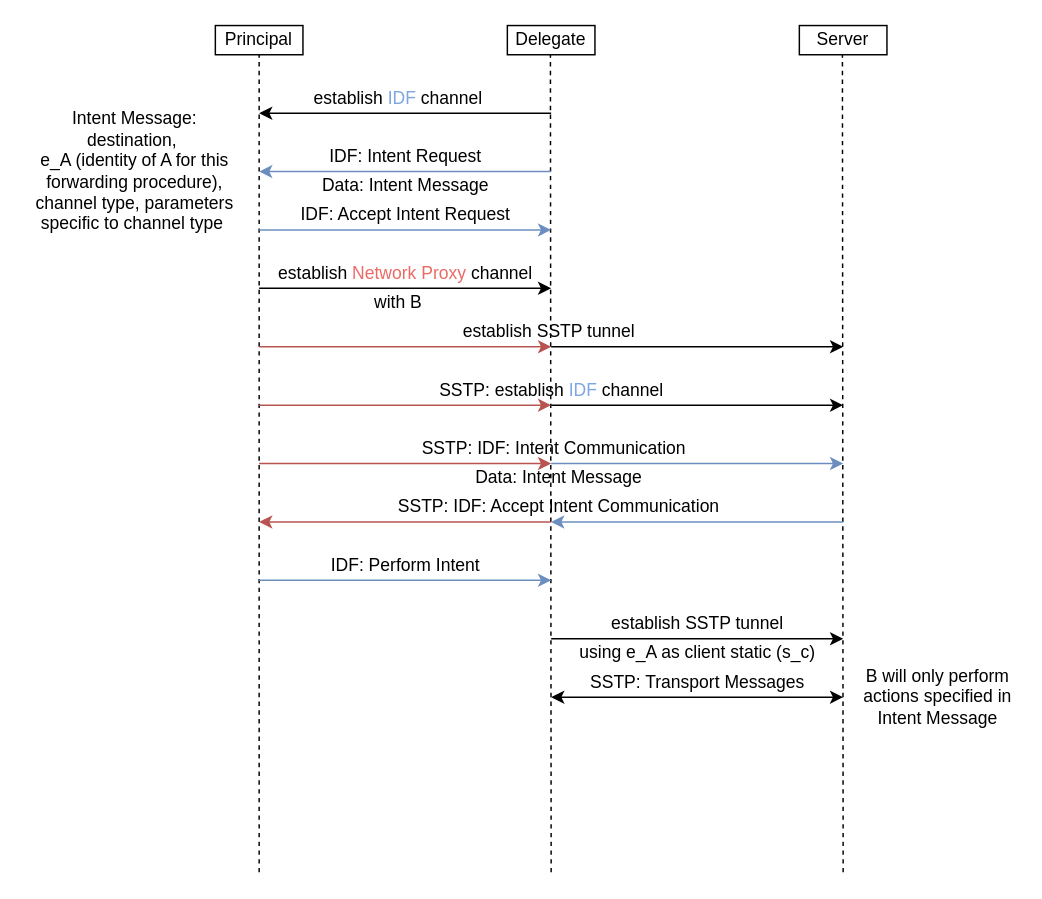
Above: paper/figures/identify_forwarding.drawio in hop-proto/hop-go (draw.io), before the change. Source tidied: cells renumbered, new cells numbered last; positions are measured from the earlier drawing's top-left corner, leaving out a move shared by most shapes. Both pictures are drawn from the tidied source at 146%, with x=0, y=0 at pixel (25, 25).
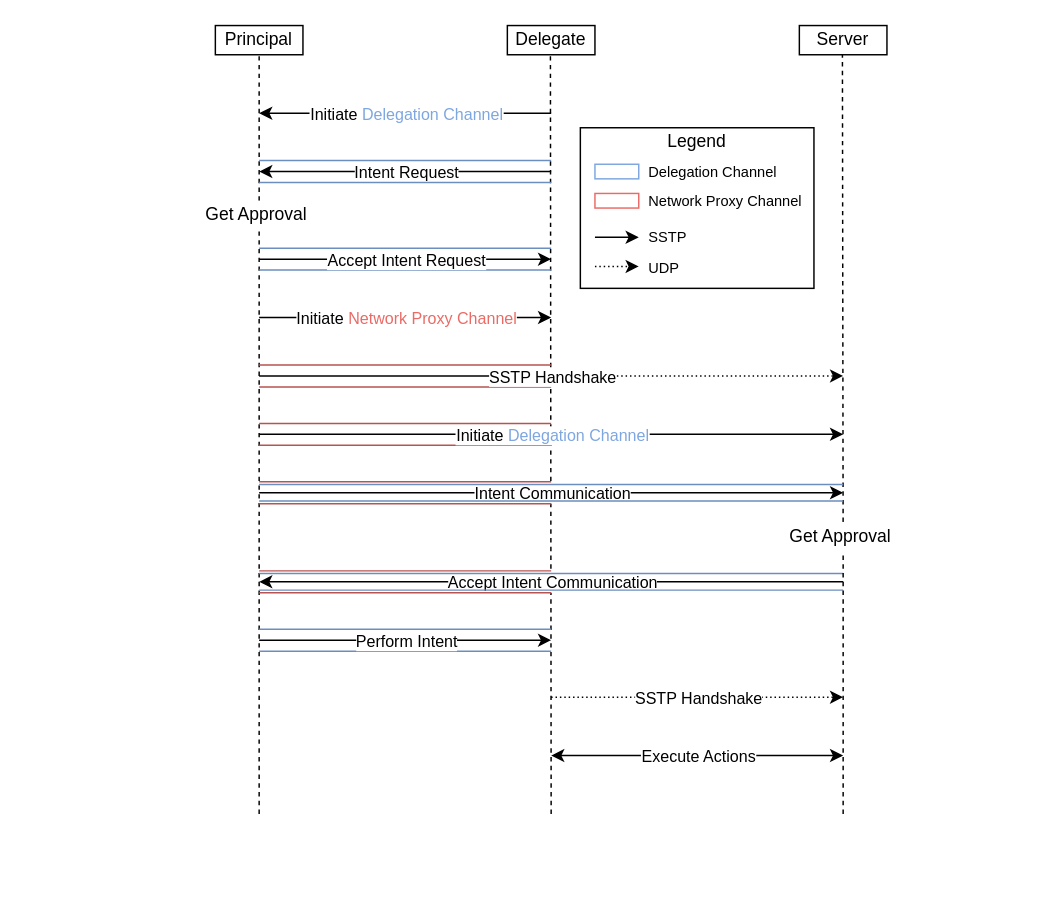
The same page after the edit.

Commit message (it also covers changes not shown here):
delegation protocol diagram

What changed in the source:
```diff
@@
+    <mxCell id="40" style="rounded=0;whiteSpace=wrap;html=1;labelBackgroundColor=#FFFFFF;align=left;" parent="1" vertex="1">
+      <mxGeometry x="380" y="70" width="160" height="110" as="geometry" />
+    </mxCell>
+    <mxCell id="41" style="endArrow=classic;html=1;dashed=1;dashPattern=1 2;" parent="1" edge="1">
+      <mxGeometry relative="1" as="geometry">
+        <mxPoint x="360" y="240" as="sourcePoint" />
+        <mxPoint x="560" y="240" as="targetPoint" />
+      </mxGeometry>
+    </mxCell>
@@
     <mxCell id="5" style="endArrow=none;dashed=1;html=1;" parent="1" edge="1">
       <mxGeometry relative="1" as="geometry">
-        <mxPoint x="160" y="580" as="sourcePoint" />
+        <mxPoint x="160" y="540" as="sourcePoint" />
         <mxPoint x="160" y="20" as="targetPoint" />
       </mxGeometry>
     </mxCell>
     <mxCell id="6" style="endArrow=none;dashed=1;html=1;" parent="1" edge="1">
       <mxGeometry relative="1" as="geometry">
-        <mxPoint x="360" y="580" as="sourcePoint" />
+        <mxPoint x="360" y="540" as="sourcePoint" />
         <mxPoint x="359.5" y="20" as="targetPoint" />
       </mxGeometry>
     </mxCell>
-    <mxCell id="7" style="endArrow=none;dashed=1;html=1;" parent="1" edge="1">
+    <mxCell id="7" style="endArrow=none;dashed=1;html=1;" parent="1" edge="1" source="73">
       <mxGeometry relative="1" as="geometry">
-        <mxPoint x="560" y="580" as="sourcePoint" />
         <mxPoint x="559.5" y="20" as="targetPoint" />
       </mxGeometry>
     </mxCell>
-    <mxCell id="8" style="endArrow=classic;html=1;" parent="1" edge="1">
-      <mxGeometry relative="1" as="geometry">
-        <mxPoint x="360" y="60" as="sourcePoint" />
-        <mxPoint x="160" y="60" as="targetPoint" />
-      </mxGeometry>
-    </mxCell>
-    <mxCell id="9" value="establish &lt;font color=&quot;#7ea6e0&quot;&gt;IDF&lt;/font&gt; channel" style="text;html=1;align=center;verticalAlign=middle;" parent="1" vertex="1">
-      <mxGeometry x="190" y="40" width="130" height="20" as="geometry" />
-    </mxCell>
-    <mxCell id="10" style="endArrow=classic;html=1;fillColor=#dae8fc;strokeColor=#6c8ebf;" parent="1" edge="1">
-      <mxGeometry relative="1" as="geometry">
-        <mxPoint x="360" y="100" as="sourcePoint" />
-        <mxPoint x="160" y="100" as="targetPoint" />
-      </mxGeometry>
-    </mxCell>
-    <mxCell id="11" value="IDF: Intent Request" style="text;html=1;align=center;verticalAlign=middle;" parent="1" vertex="1">
-      <mxGeometry x="200" y="80" width="120" height="20" as="geometry" />
-    </mxCell>
-    <mxCell id="12" style="endArrow=classic;html=1;fillColor=#dae8fc;strokeColor=#6c8ebf;" parent="1" edge="1">
-      <mxGeometry relative="1" as="geometry">
-        <mxPoint x="160" y="140" as="sourcePoint" />
-        <mxPoint x="360" y="140" as="targetPoint" />
-      </mxGeometry>
-    </mxCell>
-    <mxCell id="13" value="IDF: Accept Intent Request" style="text;html=1;align=center;verticalAlign=middle;" parent="1" vertex="1">
-      <mxGeometry x="180" y="120" width="160" height="20" as="geometry" />
-    </mxCell>
-    <mxCell id="14" style="endArrow=classic;html=1;" parent="1" edge="1">
-      <mxGeometry relative="1" as="geometry">
-        <mxPoint x="160" y="180" as="sourcePoint" />
-        <mxPoint x="360" y="180" as="targetPoint" />
-      </mxGeometry>
-    </mxCell>
-    <mxCell id="15" value="establish &lt;font color=&quot;#ea6b66&quot;&gt;Network Proxy&lt;/font&gt; channel" style="text;html=1;align=center;verticalAlign=middle;" parent="1" vertex="1">
-      <mxGeometry x="165" y="160" width="190" height="20" as="geometry" />
-    </mxCell>
-    <mxCell id="16" style="endArrow=classic;html=1;entryX=0.5;entryY=1;entryDx=0;entryDy=0;entryPerimeter=0;fillColor=#f8cecc;strokeColor=#b85450;" parent="1" edge="1" target="17">
-      <mxGeometry relative="1" as="geometry">
-        <mxPoint x="160" y="220" as="sourcePoint" />
-      </mxGeometry>
-    </mxCell>
-    <mxCell id="17" value="establish SSTP tunnel&amp;nbsp;" style="text;html=1;align=center;verticalAlign=middle;points=[];" parent="1" vertex="1">
-      <mxGeometry x="290" y="200" width="140" height="20" as="geometry" />
-    </mxCell>
-    <mxCell id="18" style="endArrow=classic;html=1;entryX=0.5;entryY=1;entryDx=0;entryDy=0;entryPerimeter=0;" parent="1" edge="1">
-      <mxGeometry relative="1" as="geometry">
-        <mxPoint x="360" y="220" as="sourcePoint" />
-        <mxPoint x="560" y="220" as="targetPoint" />
-      </mxGeometry>
-    </mxCell>
-    <mxCell id="19" value="Intent Message:&lt;br&gt;destination,&amp;nbsp;&lt;br&gt;e_A (identity of A for this forwarding procedure), &lt;br&gt;channel type, parameters specific to channel type&amp;nbsp;" style="text;html=1;strokeColor=none;fillColor=none;align=center;verticalAlign=middle;whiteSpace=wrap;rounded=0;" parent="1" vertex="1">
-      <mxGeometry y="60" width="150" height="80" as="geometry" />
+    <mxCell id="19" value="Get Approval&amp;nbsp;" style="text;html=1;strokeColor=none;align=center;verticalAlign=middle;whiteSpace=wrap;rounded=0;fillColor=#FFFFFF;" parent="1" vertex="1">
+      <mxGeometry x="120" y="120" width="80" height="20" as="geometry" />
     </mxCell>
-    <mxCell id="20" value="with B" style="text;html=1;align=center;verticalAlign=middle;" parent="1" vertex="1">
-      <mxGeometry x="230" y="180" width="50" height="20" as="geometry" />
-    </mxCell>
-    <mxCell id="21" style="endArrow=classic;html=1;fillColor=#f8cecc;strokeColor=#b85450;" parent="1" edge="1">
-      <mxGeometry relative="1" as="geometry">
-        <mxPoint x="160" y="260" as="sourcePoint" />
-        <mxPoint x="360" y="260" as="targetPoint" />
-      </mxGeometry>
-    </mxCell>
-    <mxCell id="22" style="endArrow=classic;html=1;" parent="1" edge="1">
-      <mxGeometry relative="1" as="geometry">
-        <mxPoint x="360" y="260" as="sourcePoint" />
-        <mxPoint x="560" y="260" as="targetPoint" />
-      </mxGeometry>
-    </mxCell>
-    <mxCell id="23" value="SSTP: establish &lt;font color=&quot;#7ea6e0&quot;&gt;IDF&lt;/font&gt; channel" style="text;html=1;align=center;verticalAlign=middle;" parent="1" vertex="1">
-      <mxGeometry x="275" y="240" width="170" height="20" as="geometry" />
-    </mxCell>
-    <mxCell id="24" style="endArrow=classic;html=1;fillColor=#f8cecc;strokeColor=#b85450;" parent="1" edge="1">
-      <mxGeometry relative="1" as="geometry">
-        <mxPoint x="160" y="300" as="sourcePoint" />
-        <mxPoint x="360" y="300" as="targetPoint" />
-      </mxGeometry>
-    </mxCell>
-    <mxCell id="25" style="endArrow=classic;html=1;fillColor=#dae8fc;strokeColor=#6c8ebf;" parent="1" edge="1">
-      <mxGeometry relative="1" as="geometry">
-        <mxPoint x="360" y="300" as="sourcePoint" />
-        <mxPoint x="560" y="300" as="targetPoint" />
-      </mxGeometry>
-    </mxCell>
-    <mxCell id="26" value="SSTP: IDF: Intent Communication&amp;nbsp;&amp;nbsp;" style="text;html=1;align=center;verticalAlign=middle;" parent="1" vertex="1">
-      <mxGeometry x="265" y="280" width="200" height="20" as="geometry" />
-    </mxCell>
-    <mxCell id="27" style="endArrow=classic;html=1;fillColor=#f8cecc;strokeColor=#b85450;" parent="1" edge="1">
-      <mxGeometry relative="1" as="geometry">
-        <mxPoint x="360" y="340" as="sourcePoint" />
-        <mxPoint x="160" y="340" as="targetPoint" />
-      </mxGeometry>
-    </mxCell>
-    <mxCell id="28" value="SSTP: IDF: Accept Intent Communication" style="text;html=1;align=center;verticalAlign=middle;" parent="1" vertex="1">
-      <mxGeometry x="245" y="320" width="240" height="20" as="geometry" />
-    </mxCell>
-    <mxCell id="29" style="endArrow=classic;html=1;fillColor=#dae8fc;strokeColor=#6c8ebf;" parent="1" edge="1">
-      <mxGeometry relative="1" as="geometry">
-        <mxPoint x="560" y="340" as="sourcePoint" />
-        <mxPoint x="360" y="340" as="targetPoint" />
-      </mxGeometry>
-    </mxCell>
-    <mxCell id="30" style="endArrow=classic;html=1;fillColor=#dae8fc;strokeColor=#6c8ebf;" parent="1" edge="1">
-      <mxGeometry relative="1" as="geometry">
-        <mxPoint x="160" y="380" as="sourcePoint" />
-        <mxPoint x="360" y="380" as="targetPoint" />
-      </mxGeometry>
-    </mxCell>
-    <mxCell id="31" value="IDF: Perform Intent" style="text;html=1;align=center;verticalAlign=middle;" parent="1" vertex="1">
-      <mxGeometry x="200" y="360" width="120" height="20" as="geometry" />
-    </mxCell>
-    <mxCell id="32" style="endArrow=classic;html=1;" parent="1" edge="1">
-      <mxGeometry relative="1" as="geometry">
-        <mxPoint x="360" y="420" as="sourcePoint" />
-        <mxPoint x="560" y="420" as="targetPoint" />
-      </mxGeometry>
-    </mxCell>
-    <mxCell id="33" value="establish SSTP tunnel" style="text;html=1;align=center;verticalAlign=middle;" parent="1" vertex="1">
-      <mxGeometry x="395" y="400" width="130" height="20" as="geometry" />
-    </mxCell>
-    <mxCell id="34" value="using e_A as client static (s_c)" style="text;html=1;align=center;verticalAlign=middle;" parent="1" vertex="1">
-      <mxGeometry x="370" y="420" width="180" height="20" as="geometry" />
-    </mxCell>
-    <mxCell id="35" value="B will only perform actions specified in Intent Message" style="text;html=1;strokeColor=none;fillColor=none;align=center;verticalAlign=middle;whiteSpace=wrap;rounded=0;" parent="1" vertex="1">
-      <mxGeometry x="570" y="420" width="110" height="80" as="geometry" />
-    </mxCell>
-    <mxCell id="36" value="Data: Intent Message" style="text;html=1;align=center;verticalAlign=middle;" parent="1" vertex="1">
-      <mxGeometry x="300" y="300" width="130" height="20" as="geometry" />
-    </mxCell>
-    <mxCell id="37" value="Data: Intent Message" style="text;html=1;align=center;verticalAlign=middle;" parent="1" vertex="1">
-      <mxGeometry x="195" y="100" width="130" height="20" as="geometry" />
-    </mxCell>
-    <mxCell id="38" style="endArrow=classic;startArrow=classic;html=1;" parent="1" edge="1">
-      <mxGeometry relative="1" as="geometry">
-        <mxPoint x="360" y="460" as="sourcePoint" />
-        <mxPoint x="560" y="460" as="targetPoint" />
-      </mxGeometry>
-    </mxCell>
-    <mxCell id="39" value="SSTP: Transport Messages" style="text;html=1;align=center;verticalAlign=middle;" parent="1" vertex="1">
-      <mxGeometry x="380" y="440" width="160" height="20" as="geometry" />
-    </mxCell>
+    <mxCell id="42" style="endArrow=classic;html=1;" parent="1" edge="1">
+      <mxGeometry relative="1" as="geometry">
+        <mxPoint x="360" y="60" as="sourcePoint" />
+        <mxPoint x="160" y="60" as="targetPoint" />
+      </mxGeometry>
+    </mxCell>
+    <mxCell id="43" value="Initiate &lt;font color=&quot;#7ea6e0&quot;&gt;Delegation Channel&lt;/font&gt;" style="edgeLabel;html=1;align=center;verticalAlign=middle;" parent="42" vertex="1">
+      <mxGeometry relative="1" as="geometry" />
+    </mxCell>
+    <mxCell id="44" style="endArrow=classic;html=1;" parent="1" edge="1">
+      <mxGeometry relative="1" as="geometry">
+        <mxPoint x="160" y="200" as="sourcePoint" />
+        <mxPoint x="360" y="200" as="targetPoint" />
+      </mxGeometry>
+    </mxCell>
+    <mxCell id="45" value="Initiate &lt;font color=&quot;#ea6b66&quot;&gt;Network Proxy Channel&lt;/font&gt;" style="edgeLabel;html=1;align=center;verticalAlign=middle;" parent="44" vertex="1">
+      <mxGeometry relative="1" as="geometry" />
+    </mxCell>
+    <mxCell id="46" style="endArrow=classic;html=1;" parent="1" edge="1">
+      <mxGeometry relative="1" as="geometry">
+        <mxPoint x="360" y="100" as="sourcePoint" />
+        <mxPoint x="160" y="100" as="targetPoint" />
+      </mxGeometry>
+    </mxCell>
+    <mxCell id="47" value="Intent Request" style="edgeLabel;html=1;align=center;verticalAlign=middle;" parent="46" vertex="1">
+      <mxGeometry relative="1" as="geometry" />
+    </mxCell>
+    <mxCell id="48" style="shape=link;html=1;width=15;fillColor=#dae8fc;strokeColor=#6c8ebf;" parent="1" edge="1">
+      <mxGeometry relative="1" as="geometry">
+        <mxPoint x="160" y="100" as="sourcePoint" />
+        <mxPoint x="360" y="100" as="targetPoint" />
+      </mxGeometry>
+    </mxCell>
+    <mxCell id="49" style="shape=link;html=1;width=15;fillColor=#dae8fc;strokeColor=#6c8ebf;" parent="1" edge="1">
+      <mxGeometry relative="1" as="geometry">
+        <mxPoint x="160" y="160" as="sourcePoint" />
+        <mxPoint x="360" y="160" as="targetPoint" />
+      </mxGeometry>
+    </mxCell>
+    <mxCell id="50" style="endArrow=classic;html=1;" parent="1" edge="1">
+      <mxGeometry relative="1" as="geometry">
+        <mxPoint x="160" y="160" as="sourcePoint" />
+        <mxPoint x="360" y="160" as="targetPoint" />
+      </mxGeometry>
+    </mxCell>
+    <mxCell id="51" value="Accept Intent Request" style="edgeLabel;html=1;align=center;verticalAlign=middle;" parent="50" vertex="1">
+      <mxGeometry relative="1" as="geometry" />
+    </mxCell>
+    <mxCell id="52" style="shape=link;html=1;width=15;fillColor=#f8cecc;strokeColor=#b85450;" parent="1" edge="1">
+      <mxGeometry relative="1" as="geometry">
+        <mxPoint x="160" y="240" as="sourcePoint" />
+        <mxPoint x="360" y="240" as="targetPoint" />
+      </mxGeometry>
+    </mxCell>
+    <mxCell id="53" style="endArrow=none;html=1;endFill=0;" parent="1" edge="1">
+      <mxGeometry relative="1" as="geometry">
+        <mxPoint x="160" y="240" as="sourcePoint" />
+        <mxPoint x="360" y="240" as="targetPoint" />
+      </mxGeometry>
+    </mxCell>
+    <mxCell id="54" value="SSTP Handshake" style="edgeLabel;html=1;align=center;verticalAlign=middle;labelBackgroundColor=#FFFFFF;" parent="53" vertex="1">
+      <mxGeometry relative="1" as="geometry">
+        <mxPoint x="100" as="offset" />
+      </mxGeometry>
+    </mxCell>
+    <mxCell id="55" style="shape=link;html=1;width=15;fillColor=#f8cecc;strokeColor=#b85450;" parent="1" edge="1">
+      <mxGeometry relative="1" as="geometry">
+        <mxPoint x="160" y="280" as="sourcePoint" />
+        <mxPoint x="360" y="280" as="targetPoint" />
+      </mxGeometry>
+    </mxCell>
+    <mxCell id="56" style="endArrow=classic;html=1;" parent="1" edge="1">
+      <mxGeometry relative="1" as="geometry">
+        <mxPoint x="160" y="280" as="sourcePoint" />
+        <mxPoint x="560" y="280" as="targetPoint" />
+      </mxGeometry>
+    </mxCell>
+    <mxCell id="57" value="Initiate &lt;font color=&quot;#7ea6e0&quot;&gt;Delegation Channel&lt;/font&gt;" style="edgeLabel;html=1;align=center;verticalAlign=middle;" parent="56" vertex="1">
+      <mxGeometry relative="1" as="geometry" />
+    </mxCell>
+    <mxCell id="58" style="endArrow=classic;html=1;" parent="1" edge="1">
+      <mxGeometry relative="1" as="geometry">
+        <mxPoint x="160" y="320" as="sourcePoint" />
+        <mxPoint x="560" y="320" as="targetPoint" />
+      </mxGeometry>
+    </mxCell>
+    <mxCell id="59" value="Intent Communication" style="edgeLabel;html=1;align=center;verticalAlign=middle;" parent="58" vertex="1">
+      <mxGeometry relative="1" as="geometry" />
+    </mxCell>
+    <mxCell id="60" style="shape=link;html=1;width=11.379310344827587;fillColor=#dae8fc;strokeColor=#6c8ebf;" parent="1" edge="1">
+      <mxGeometry relative="1" as="geometry">
+        <mxPoint x="160" y="320" as="sourcePoint" />
+        <mxPoint x="560" y="320" as="targetPoint" />
+      </mxGeometry>
+    </mxCell>
+    <mxCell id="61" style="shape=link;html=1;width=15;fillColor=#f8cecc;strokeColor=#b85450;" parent="1" edge="1">
+      <mxGeometry relative="1" as="geometry">
+        <mxPoint x="160" y="320" as="sourcePoint" />
+        <mxPoint x="360" y="320" as="targetPoint" />
+      </mxGeometry>
+    </mxCell>
+    <mxCell id="62" style="endArrow=classic;html=1;" parent="1" edge="1">
+      <mxGeometry relative="1" as="geometry">
+        <mxPoint x="560" y="381" as="sourcePoint" />
+        <mxPoint x="160" y="381" as="targetPoint" />
+      </mxGeometry>
+    </mxCell>
+    <mxCell id="63" value="Accept Intent Communication" style="edgeLabel;html=1;align=center;verticalAlign=middle;" parent="62" vertex="1">
+      <mxGeometry relative="1" as="geometry" />
+    </mxCell>
+    <mxCell id="64" style="shape=link;html=1;width=11.379310344827587;fillColor=#dae8fc;strokeColor=#6c8ebf;" parent="1" edge="1">
+      <mxGeometry relative="1" as="geometry">
+        <mxPoint x="160" y="381" as="sourcePoint" />
+        <mxPoint x="560" y="381" as="targetPoint" />
+      </mxGeometry>
+    </mxCell>
+    <mxCell id="65" style="shape=link;html=1;width=15;fillColor=#f8cecc;strokeColor=#b85450;" parent="1" edge="1">
+      <mxGeometry relative="1" as="geometry">
+        <mxPoint x="160" y="381" as="sourcePoint" />
+        <mxPoint x="360" y="381" as="targetPoint" />
+      </mxGeometry>
+    </mxCell>
+    <mxCell id="66" style="shape=link;html=1;width=15;fillColor=#dae8fc;strokeColor=#6c8ebf;" parent="1" edge="1">
+      <mxGeometry relative="1" as="geometry">
+        <mxPoint x="160" y="421" as="sourcePoint" />
+        <mxPoint x="360" y="421" as="targetPoint" />
+      </mxGeometry>
+    </mxCell>
+    <mxCell id="67" style="endArrow=classic;html=1;" parent="1" edge="1">
+      <mxGeometry relative="1" as="geometry">
+        <mxPoint x="160" y="421" as="sourcePoint" />
+        <mxPoint x="360" y="421" as="targetPoint" />
+      </mxGeometry>
+    </mxCell>
+    <mxCell id="68" value="Perform Intent" style="edgeLabel;html=1;align=center;verticalAlign=middle;" parent="67" vertex="1">
+      <mxGeometry relative="1" as="geometry" />
+    </mxCell>
+    <mxCell id="69" style="endArrow=classic;html=1;dashed=1;dashPattern=1 2;" parent="1" edge="1">
+      <mxGeometry relative="1" as="geometry">
+        <mxPoint x="360" y="460" as="sourcePoint" />
+        <mxPoint x="560" y="460" as="targetPoint" />
+      </mxGeometry>
+    </mxCell>
+    <mxCell id="70" value="SSTP Handshake" style="edgeLabel;html=1;align=center;verticalAlign=middle;" parent="69" vertex="1">
+      <mxGeometry relative="1" as="geometry" />
+    </mxCell>
+    <mxCell id="71" style="endArrow=classic;startArrow=classic;html=1;" parent="1" edge="1">
+      <mxGeometry relative="1" as="geometry">
+        <mxPoint x="360" y="500" as="sourcePoint" />
+        <mxPoint x="560" y="500" as="targetPoint" />
+      </mxGeometry>
+    </mxCell>
+    <mxCell id="72" value="Execute Actions" style="edgeLabel;html=1;align=center;verticalAlign=middle;" parent="71" vertex="1">
+      <mxGeometry x="-0.4" relative="1" as="geometry">
+        <mxPoint x="40" as="offset" />
+      </mxGeometry>
+    </mxCell>
+    <mxCell id="73" value="Get Approval&amp;nbsp;" style="text;html=1;strokeColor=none;align=center;verticalAlign=middle;whiteSpace=wrap;rounded=0;fillColor=#FFFFFF;" parent="1" vertex="1">
+      <mxGeometry x="520" y="340" width="80" height="20" as="geometry" />
+    </mxCell>
+    <mxCell id="74" style="endArrow=none;dashed=1;html=1;" parent="1" edge="1" target="73">
+      <mxGeometry relative="1" as="geometry">
+        <mxPoint x="560" y="540" as="sourcePoint" />
+      </mxGeometry>
+    </mxCell>
+    <mxCell id="75" value="Legend" style="text;html=1;strokeColor=none;fillColor=none;align=center;verticalAlign=middle;whiteSpace=wrap;rounded=0;labelBackgroundColor=#FFFFFF;" parent="1" vertex="1">
+      <mxGeometry x="440" y="70" width="40" height="20" as="geometry" />
+    </mxCell>
+    <mxCell id="76" value="&lt;font style=&quot;font-size: 10px&quot;&gt;Delegation Channel&lt;/font&gt;" style="text;html=1;strokeColor=none;fillColor=none;align=left;verticalAlign=middle;whiteSpace=wrap;rounded=0;labelBackgroundColor=#FFFFFF;" parent="1" vertex="1">
+      <mxGeometry x="425" y="90" width="115" height="20" as="geometry" />
+    </mxCell>
+    <mxCell id="77" style="endArrow=classic;html=1;dashed=1;dashPattern=1 2;" parent="1" edge="1">
+      <mxGeometry relative="1" as="geometry">
+        <mxPoint x="390" y="165" as="sourcePoint" />
+        <mxPoint x="420" y="165" as="targetPoint" />
+      </mxGeometry>
+    </mxCell>
+    <mxCell id="78" value="&lt;font style=&quot;font-size: 10px&quot;&gt;UDP&lt;/font&gt;" style="edgeLabel;html=1;align=left;verticalAlign=middle;" parent="77" vertex="1">
+      <mxGeometry x="-0.52" relative="1" as="geometry">
+        <mxPoint x="28.1" as="offset" />
+      </mxGeometry>
+    </mxCell>
+    <mxCell id="79" style="endArrow=classic;html=1;" parent="1" edge="1">
+      <mxGeometry relative="1" as="geometry">
+        <mxPoint x="390" y="145" as="sourcePoint" />
+        <mxPoint x="420" y="145" as="targetPoint" />
+      </mxGeometry>
+    </mxCell>
+    <mxCell id="80" value="&lt;font style=&quot;font-size: 10px&quot;&gt;SSTP&lt;/font&gt;" style="edgeLabel;html=1;align=left;verticalAlign=middle;" parent="79" vertex="1">
+      <mxGeometry x="-0.52" y="1" relative="1" as="geometry">
+        <mxPoint x="28.1" as="offset" />
+      </mxGeometry>
+    </mxCell>
+    <mxCell id="81" style="rounded=0;whiteSpace=wrap;html=1;labelBackgroundColor=#FFFFFF;fillColor=none;strokeColor=#EA6B66;" parent="1" vertex="1">
+      <mxGeometry x="390" y="115" width="30" height="10" as="geometry" />
+    </mxCell>
+    <mxCell id="82" style="rounded=0;whiteSpace=wrap;html=1;labelBackgroundColor=#FFFFFF;fillColor=none;strokeColor=#7EA6E0;" parent="1" vertex="1">
+      <mxGeometry x="390" y="95" width="30" height="10" as="geometry" />
+    </mxCell>
+    <mxCell id="83" value="&lt;font style=&quot;font-size: 10px&quot;&gt;Network Proxy Channel&lt;/font&gt;" style="text;html=1;strokeColor=none;fillColor=none;align=left;verticalAlign=middle;whiteSpace=wrap;rounded=0;labelBackgroundColor=#FFFFFF;" parent="1" vertex="1">
+      <mxGeometry x="425" y="110" width="125" height="20" as="geometry" />
+    </mxCell>
```
